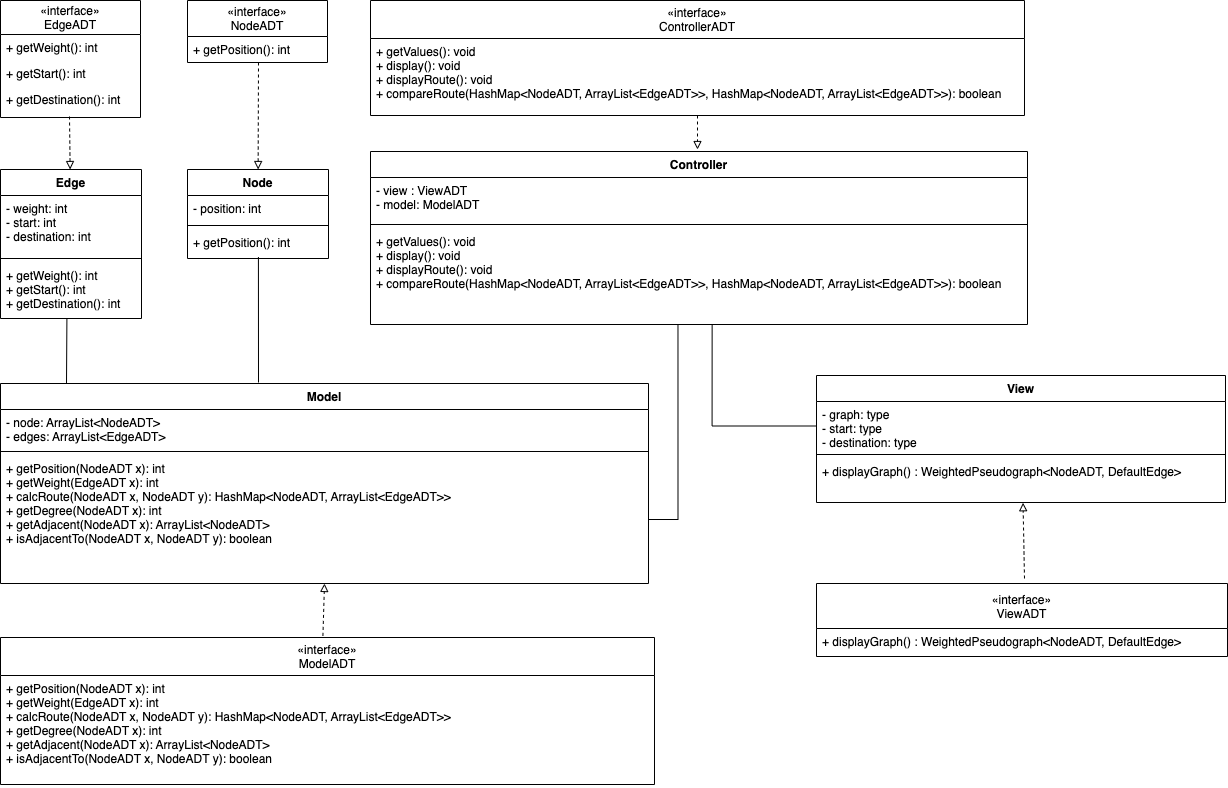
ShyNebulas/Graph-Game keeps this draw.io diagram as docs/CS308-Graph.png. Above is the earlier version. Source tidied: cells renumbered, new cells last; positions are measured from the earlier drawing's top-left corner, leaving out a move shared by most shapes.
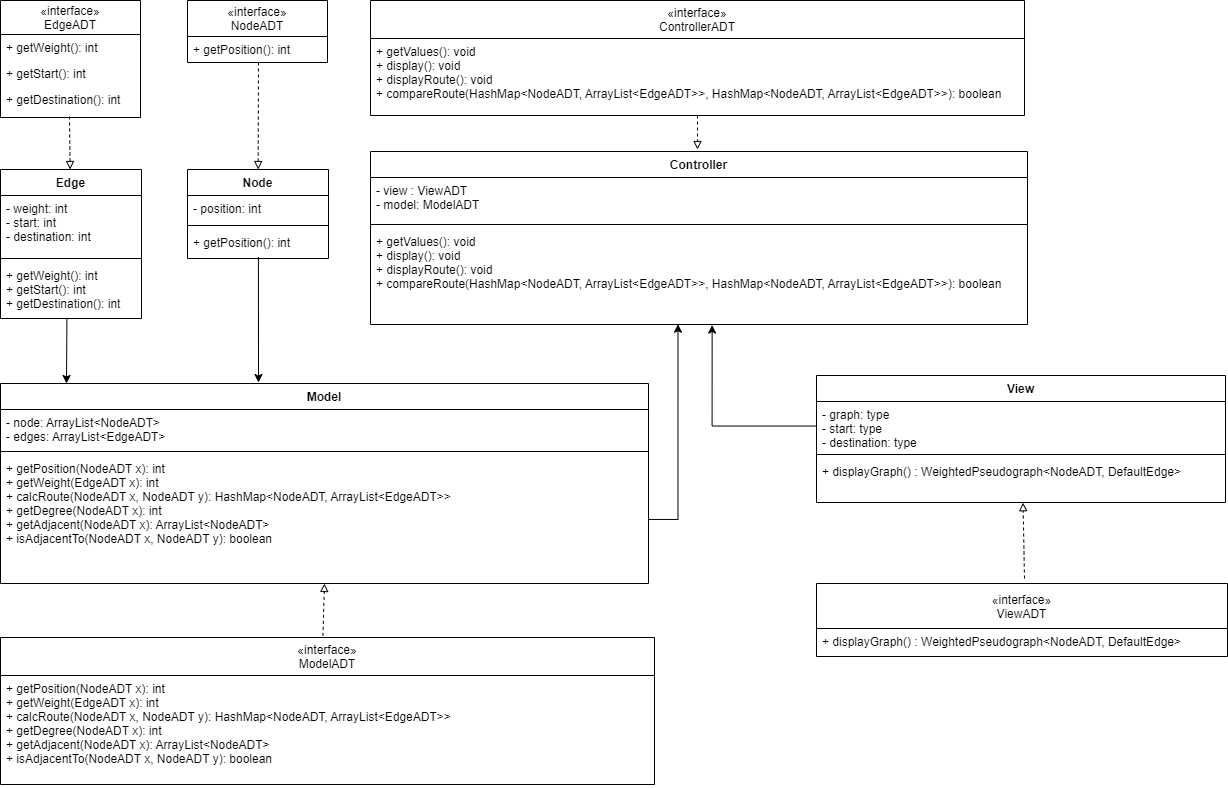
The same diagram one commit later.

Commit message:
Replace CS308-Graph.png with ARROWS

What changed in the source:
```diff
@@ -121,20 +121,20 @@
     <mxCell id="38" style="endArrow=block;html=1;rounded=0;endFill=0;dashed=1;entryX=0.5;entryY=1;entryDx=0;entryDy=0;exitX=0.493;exitY=-0.011;exitDx=0;exitDy=0;exitPerimeter=0;" parent="1" edge="1" source="28" target="10">
       <mxGeometry relative="1" as="geometry" />
     </mxCell>
-    <mxCell id="39" style="endArrow=none;html=1;rounded=0;entryX=0.503;entryY=0.951;entryDx=0;entryDy=0;entryPerimeter=0;" parent="1" edge="1" target="9">
+    <mxCell id="39" style="endArrow=none;html=1;rounded=0;entryX=0.503;entryY=0.951;entryDx=0;entryDy=0;entryPerimeter=0;startArrow=classic;startFill=1;" parent="1" edge="1" target="9">
       <mxGeometry relative="1" as="geometry">
         <mxPoint x="258" y="382" as="sourcePoint" />
       </mxGeometry>
     </mxCell>
-    <mxCell id="40" style="endArrow=none;html=1;rounded=0;entryX=0.471;entryY=1.005;entryDx=0;entryDy=0;entryPerimeter=0;" parent="1" edge="1" target="5">
+    <mxCell id="40" style="endArrow=none;html=1;rounded=0;entryX=0.471;entryY=1.005;entryDx=0;entryDy=0;entryPerimeter=0;endFill=0;startArrow=classic;startFill=1;" parent="1" edge="1" target="5">
       <mxGeometry relative="1" as="geometry">
         <mxPoint x="66" y="383" as="sourcePoint" />
       </mxGeometry>
     </mxCell>
-    <mxCell id="41" style="rounded=0;jettySize=auto;html=1;edgeStyle=orthogonalEdgeStyle;endArrow=none;endFill=0;entryX=0.468;entryY=0.997;entryDx=0;entryDy=0;entryPerimeter=0;" parent="1" edge="1" source="13" target="17">
+    <mxCell id="41" style="rounded=0;jettySize=auto;html=1;edgeStyle=orthogonalEdgeStyle;endArrow=classic;endFill=1;entryX=0.468;entryY=0.997;entryDx=0;entryDy=0;entryPerimeter=0;startArrow=none;startFill=0;" parent="1" edge="1" source="13" target="17">
       <mxGeometry relative="1" as="geometry" />
     </mxCell>
-    <mxCell id="42" style="edgeStyle=orthogonalEdgeStyle;rounded=0;jettySize=auto;html=1;entryX=0.52;entryY=1.006;entryDx=0;entryDy=0;entryPerimeter=0;endArrow=none;endFill=0;" parent="1" edge="1" source="19" target="17">
+    <mxCell id="42" style="edgeStyle=orthogonalEdgeStyle;rounded=0;jettySize=auto;html=1;entryX=0.52;entryY=1.006;entryDx=0;entryDy=0;entryPerimeter=0;endArrow=classic;endFill=1;" parent="1" edge="1" source="19" target="17">
       <mxGeometry relative="1" as="geometry" />
     </mxCell>
   </root>
```
